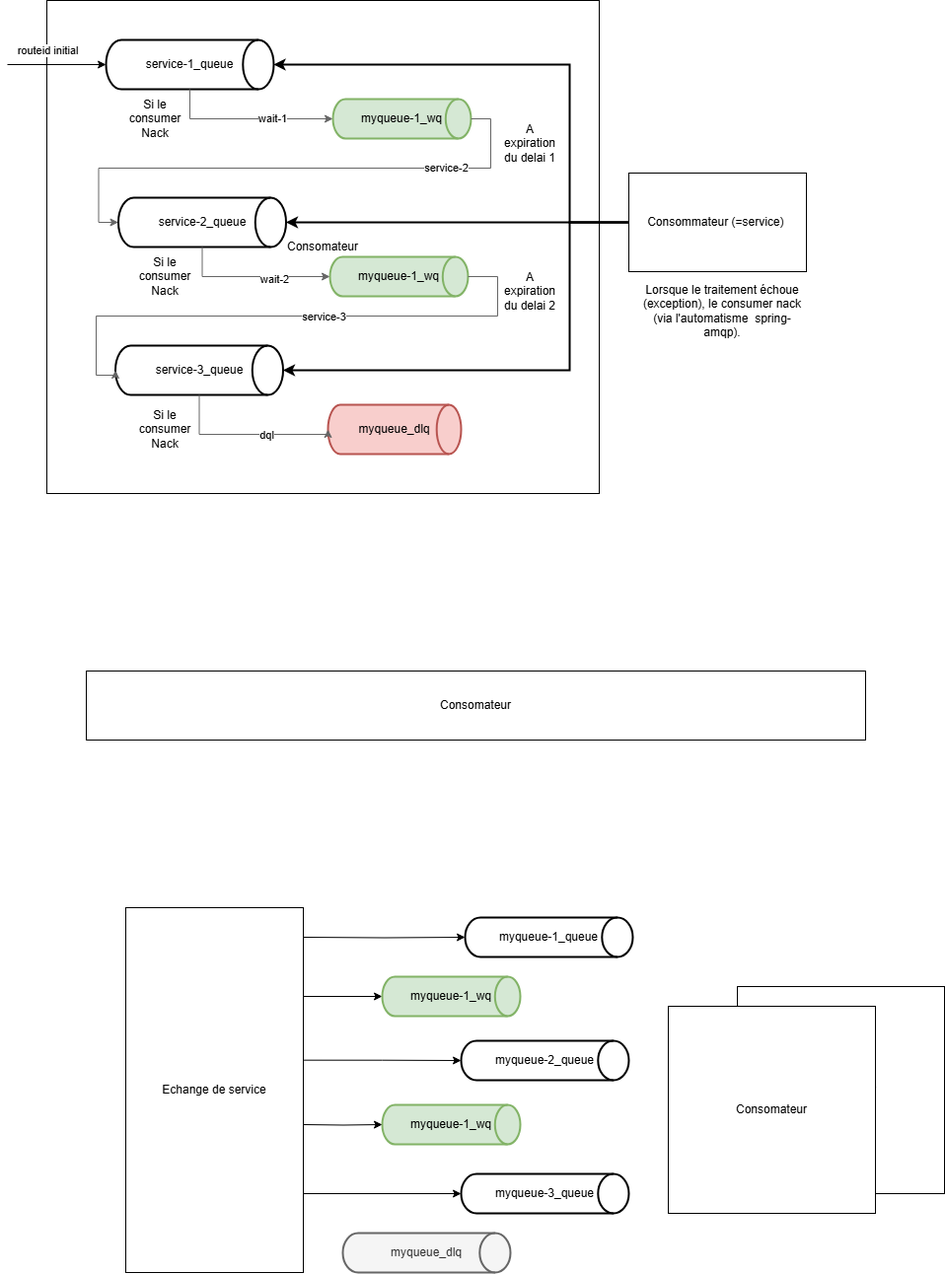
Above: drawio/pattern_rabbit_retry.png in sarraz1/csau (draw.io), before the change. Source tidied: cells renumbered, new cells last; positions are measured from the earlier drawing's top-left corner, leaving out a move shared by most shapes.
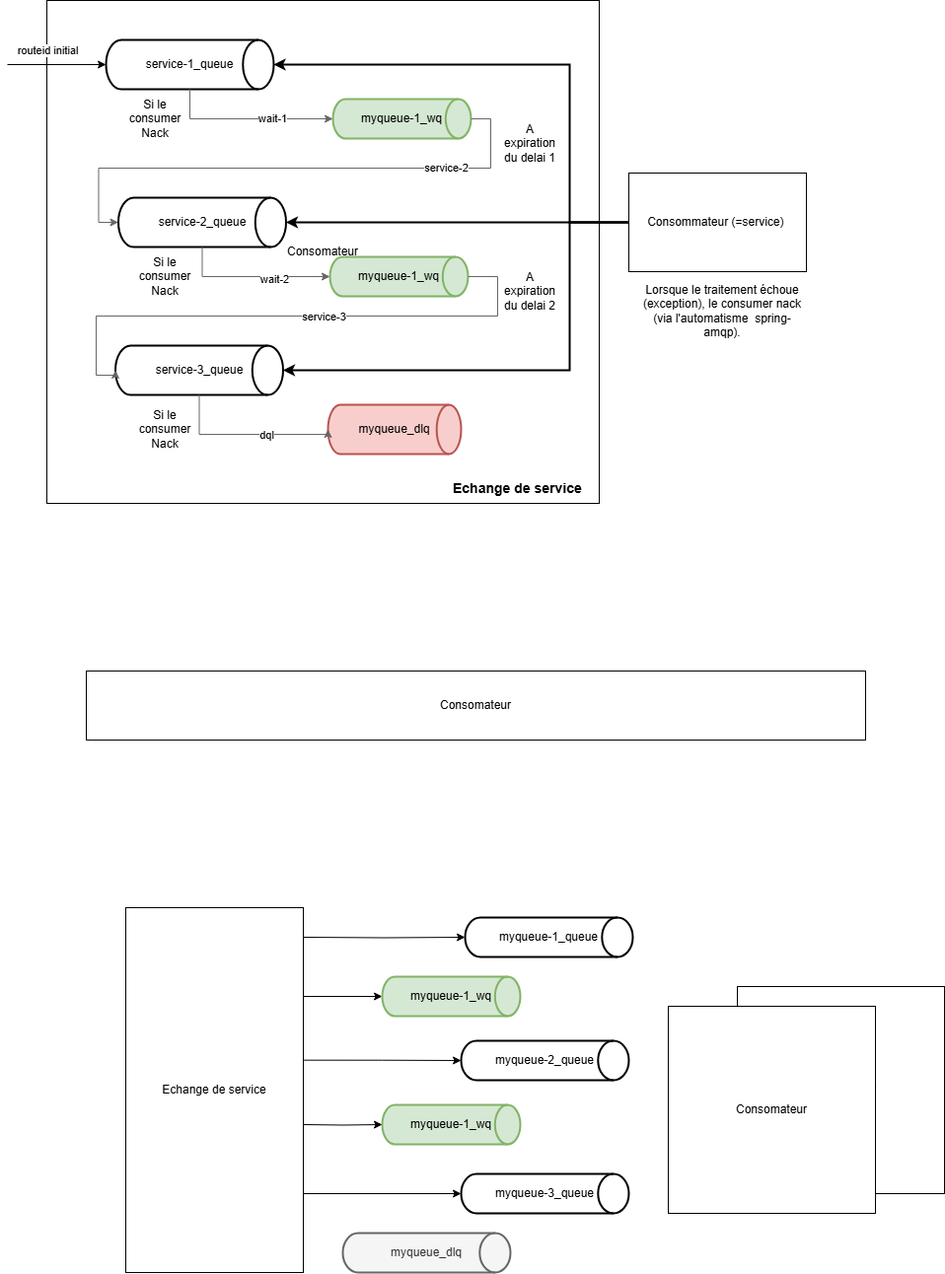
The same file after the commit.

Commit message:
Mettre à jour pattern_rabbit_retry.png

Change to the diagram source:
```diff
@@ -3,7 +3,7 @@
     <mxCell id="0" />
     <mxCell id="1" parent="0" />
     <mxCell id="2" value="Consomateur" style="rounded=0;whiteSpace=wrap;html=1;" parent="1" vertex="1">
-      <mxGeometry x="40" width="560" height="500" as="geometry" />
+      <mxGeometry x="40" width="560" height="510" as="geometry" />
     </mxCell>
     <mxCell id="3" style="edgeStyle=orthogonalEdgeStyle;rounded=0;jettySize=auto;html=1;strokeWidth=2;" parent="1" edge="1" source="4" target="21">
       <mxGeometry relative="1" as="geometry">
@@ -180,5 +180,8 @@
     <mxCell id="46" value="Lorsque le traitement échoue (exception), le consumer nack&lt;div&gt;(via l'automatisme&amp;nbsp; spring-amqp).&lt;/div&gt;" style="text;html=1;align=center;verticalAlign=middle;whiteSpace=wrap;rounded=0;" parent="1" vertex="1">
       <mxGeometry x="640" y="300" width="170" height="30" as="geometry" />
     </mxCell>
+    <mxCell id="47" value="&lt;b&gt;&lt;font style=&quot;font-size: 14px;&quot;&gt;Echange de service&lt;/font&gt;&lt;/b&gt;" style="text;whiteSpace=wrap;html=1;" parent="1" vertex="1">
+      <mxGeometry x="450" y="480" width="144" height="40" as="geometry" />
+    </mxCell>
   </root>
 </mxGraphModel>
```
